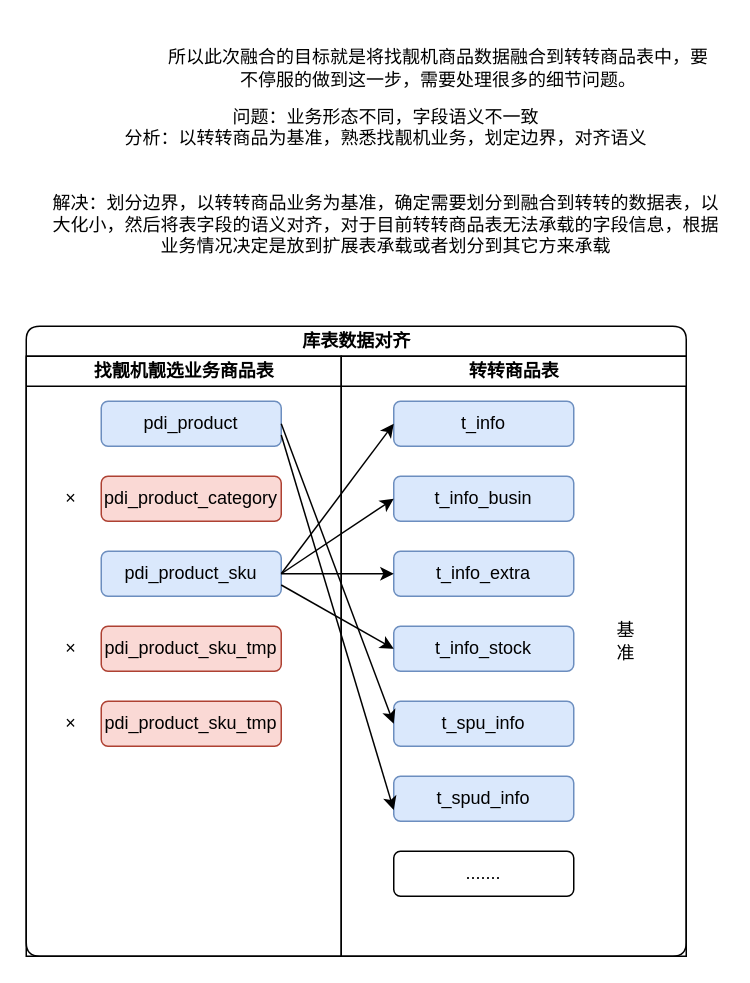
Before: 转转述职/标品库/靓选商品融合挑战点（一）业务梳理、边界划分.drawio in yz19930826/pics, a draw.io diagram. Source tidied: cells renumbered, new cells numbered last; positions are measured from the earlier drawing's top-left corner, leaving out a move shared by most shapes. Both pictures are drawn from the tidied source at 150%, with x=0, y=0 at pixel (26, 26).
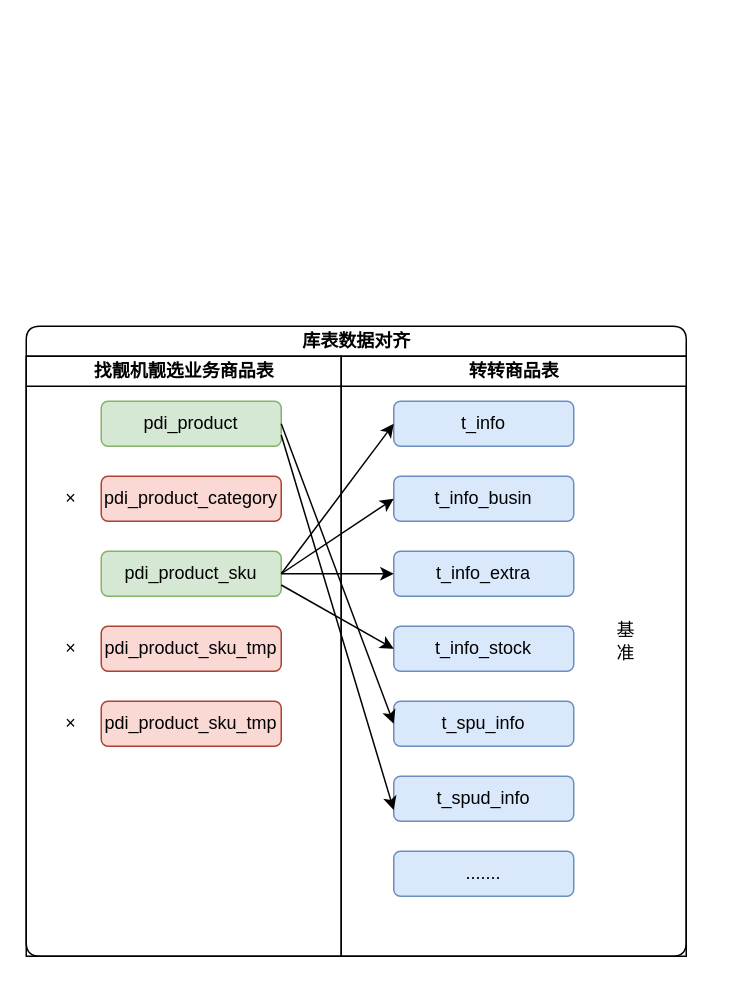
Above is the later version.

Commit message:
Update 靓选商品融合挑战点（一）业务梳理、边界划分.drawio

Unchanged cells that the change refers to:
```xml
<mxCell id="6" value="找靓机靓选业务商品表" style="swimlane;html=1;startSize=20;" parent="5" vertex="1">
  <mxGeometry y="20" width="210" height="400" as="geometry" />
</mxCell>
<mxCell id="15" value="转转商品表" style="swimlane;html=1;startSize=20;swimlaneLine=1;" parent="5" vertex="1">
  <mxGeometry x="210" y="20" width="230" height="400" as="geometry" />
</mxCell>
```

The edit, as a diff of the source:
```diff
@@
-    <mxCell id="2" value="所以此次融合的目标就是将找靓机商品数据融合到转转商品表中，要不停服的做到这一步，需要处理很多的细节问题。" style="text;html=1;strokeColor=none;fillColor=none;align=center;verticalAlign=middle;whiteSpace=wrap;rounded=0;shadow=0;glass=0;" parent="1" vertex="1">
-      <mxGeometry x="90" width="370" height="55" as="geometry" />
-    </mxCell>
-    <mxCell id="3" value="问题：业务形态不同，字段语义不一致&lt;br&gt;分析：以转转商品为基准，熟悉找靓机业务，划定边界，对齐语义&lt;br&gt;&lt;br&gt;&lt;br&gt;解决：划分边界，以转转商品业务为基准，确定需要划分到融合到转转的数据表，以大化小，然后将表字段的语义对齐，对于目前转转商品表无法承载的字段信息，根据业务情况决定是放到扩展表承载或者划分到其它方来承载&lt;br&gt;&lt;br&gt;&lt;br&gt;&lt;br&gt;" style="text;html=1;strokeColor=none;fillColor=none;align=center;verticalAlign=middle;whiteSpace=wrap;rounded=0;shadow=0;glass=0;" parent="1" vertex="1">
-      <mxGeometry x="15" y="70" width="450" height="110" as="geometry" />
-    </mxCell>
@@
-    <mxCell id="11" value="pdi_product" style="whiteSpace=wrap;html=1;rounded=1;shadow=0;glass=0;fillColor=#dae8fc;strokeColor=#6c8ebf;" parent="6" vertex="1">
+    <mxCell id="11" value="pdi_product" style="whiteSpace=wrap;html=1;rounded=1;shadow=0;glass=0;fillColor=#d5e8d4;strokeColor=#82b366;" parent="6" vertex="1">
       <mxGeometry x="50" y="30" width="120" height="30" as="geometry" />
     </mxCell>
-    <mxCell id="12" value="pdi_product_sku" style="whiteSpace=wrap;html=1;rounded=1;shadow=0;glass=0;fillColor=#dae8fc;strokeColor=#6c8ebf;" parent="6" vertex="1">
+    <mxCell id="12" value="pdi_product_sku" style="whiteSpace=wrap;html=1;rounded=1;shadow=0;glass=0;fillColor=#d5e8d4;strokeColor=#82b366;" parent="6" vertex="1">
       <mxGeometry x="50" y="130" width="120" height="30" as="geometry" />
     </mxCell>
@@
-    <mxCell id="16" value="......." style="whiteSpace=wrap;html=1;rounded=1;shadow=0;glass=0;fillColor=#ffffff;" parent="15" vertex="1">
+    <mxCell id="16" value="......." style="whiteSpace=wrap;html=1;rounded=1;shadow=0;glass=0;fillColor=#dae8fc;strokeColor=#6c8ebf;" parent="15" vertex="1">
       <mxGeometry x="35" y="330" width="120" height="30" as="geometry" />
     </mxCell>
```
